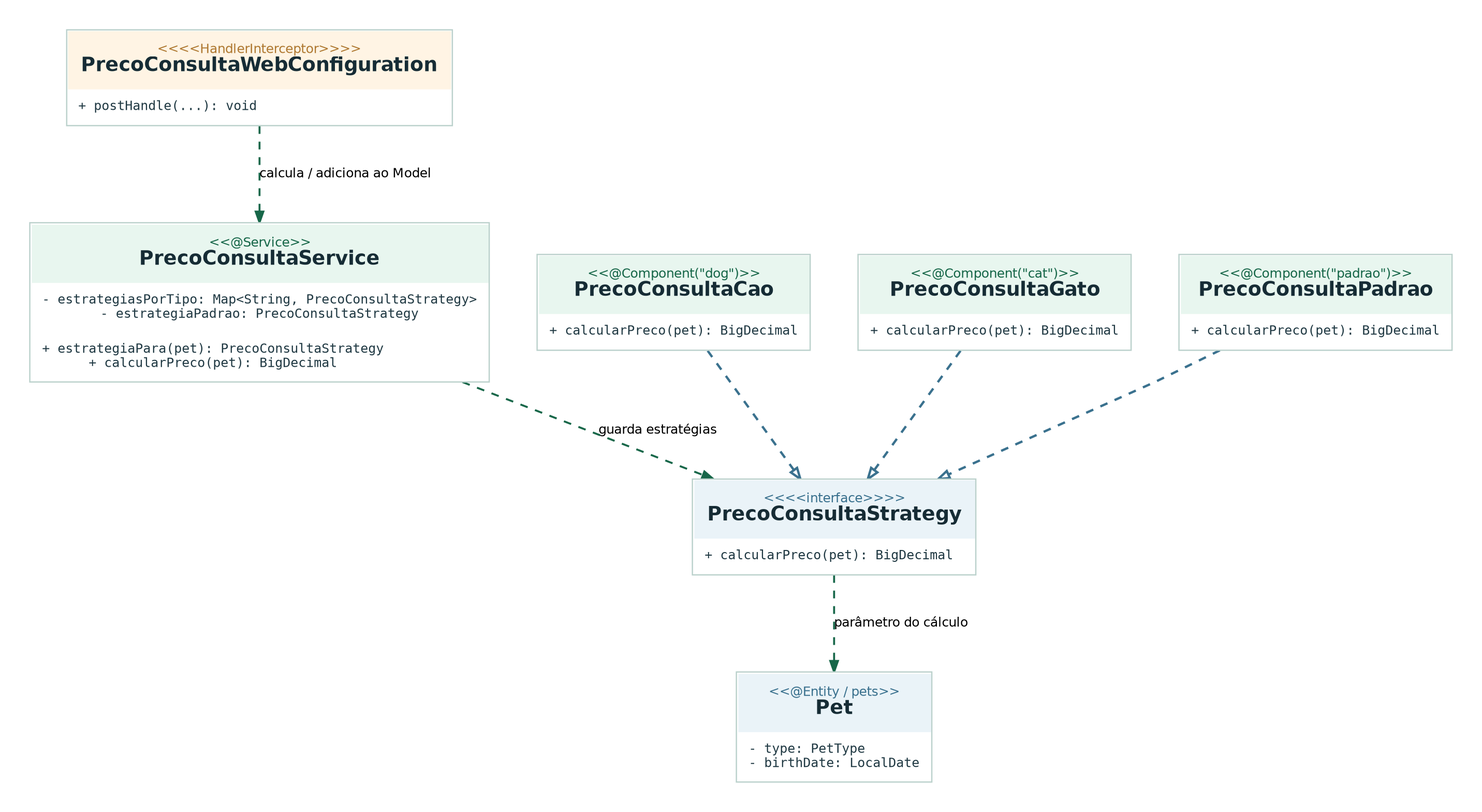
Before: docs/uml/png/05_classes_strategy.png, a diagram exported from Graphviz (GabrielKayran/spring-petclinic). Its source is kept beside it as docs/uml/dot/05_classes_strategy.dot. The source it was exported from:
```dot
digraph G {
  graph [rankdir=TB, bgcolor="transparent", pad="0.32", nodesep=.52, ranksep=.87, splines=polyline, outputorder=edgesfirst, fontname="DejaVu Sans", fontsize=12];
  node [shape=plain, fontname="DejaVu Sans"];
  edge [color="#5C7280", fontname="DejaVu Sans", fontsize=10, arrowsize=.85, penwidth=1.3];
  Iface [label=<<TABLE BORDER="1" CELLBORDER="0" CELLSPACING="0" CELLPADDING="1" COLOR="#BBD1CC" BGCOLOR="#FFFFFF"><TR><TD BGCOLOR="#EAF3F8" CELLPADDING="10" ALIGN="CENTER"><FONT FACE="DejaVu Sans" COLOR="#3A718E" POINT-SIZE="10">&lt;&lt;&lt;&lt;interface&gt;&gt;&gt;&gt;</FONT><BR/><FONT FACE="DejaVu Sans" COLOR="#162C35" POINT-SIZE="15"><B>PrecoConsultaStrategy</B></FONT></TD></TR><TR><TD ALIGN="LEFT" CELLPADDING="8"><FONT FACE="DejaVu Sans Mono" POINT-SIZE="10" COLOR="#203943">+ calcularPreco(pet): BigDecimal</FONT></TD></TR></TABLE>>];
  Service [label=<<TABLE BORDER="1" CELLBORDER="0" CELLSPACING="0" CELLPADDING="1" COLOR="#BBD1CC" BGCOLOR="#FFFFFF"><TR><TD BGCOLOR="#E8F6EF" CELLPADDING="10" ALIGN="CENTER"><FONT FACE="DejaVu Sans" COLOR="#176749" POINT-SIZE="10">&lt;&lt;@Service&gt;&gt;</FONT><BR/><FONT FACE="DejaVu Sans" COLOR="#162C35" POINT-SIZE="15"><B>PrecoConsultaService</B></FONT></TD></TR><TR><TD ALIGN="LEFT" CELLPADDING="8"><FONT FACE="DejaVu Sans Mono" POINT-SIZE="10" COLOR="#203943">- estrategiasPorTipo: Map&lt;String, PrecoConsultaStrategy&gt;<BR ALIGN="LEFT"/>- estrategiaPadrao: PrecoConsultaStrategy</FONT></TD></TR><TR><TD ALIGN="LEFT" CELLPADDING="8"><FONT FACE="DejaVu Sans Mono" POINT-SIZE="10" COLOR="#203943">+ estrategiaPara(pet): PrecoConsultaStrategy<BR ALIGN="LEFT"/>+ calcularPreco(pet): BigDecimal</FONT></TD></TR></TABLE>>];
  Dog [label=<<TABLE BORDER="1" CELLBORDER="0" CELLSPACING="0" CELLPADDING="1" COLOR="#BBD1CC" BGCOLOR="#FFFFFF"><TR><TD BGCOLOR="#E8F6EF" CELLPADDING="10" ALIGN="CENTER"><FONT FACE="DejaVu Sans" COLOR="#176749" POINT-SIZE="10">&lt;&lt;@Component(&quot;dog&quot;)&gt;&gt;</FONT><BR/><FONT FACE="DejaVu Sans" COLOR="#162C35" POINT-SIZE="15"><B>PrecoConsultaCao</B></FONT></TD></TR><TR><TD ALIGN="LEFT" CELLPADDING="8"><FONT FACE="DejaVu Sans Mono" POINT-SIZE="10" COLOR="#203943">+ calcularPreco(pet): BigDecimal</FONT></TD></TR></TABLE>>];
  Cat [label=<<TABLE BORDER="1" CELLBORDER="0" CELLSPACING="0" CELLPADDING="1" COLOR="#BBD1CC" BGCOLOR="#FFFFFF"><TR><TD BGCOLOR="#E8F6EF" CELLPADDING="10" ALIGN="CENTER"><FONT FACE="DejaVu Sans" COLOR="#176749" POINT-SIZE="10">&lt;&lt;@Component(&quot;cat&quot;)&gt;&gt;</FONT><BR/><FONT FACE="DejaVu Sans" COLOR="#162C35" POINT-SIZE="15"><B>PrecoConsultaGato</B></FONT></TD></TR><TR><TD ALIGN="LEFT" CELLPADDING="8"><FONT FACE="DejaVu Sans Mono" POINT-SIZE="10" COLOR="#203943">+ calcularPreco(pet): BigDecimal</FONT></TD></TR></TABLE>>];
  Default [label=<<TABLE BORDER="1" CELLBORDER="0" CELLSPACING="0" CELLPADDING="1" COLOR="#BBD1CC" BGCOLOR="#FFFFFF"><TR><TD BGCOLOR="#E8F6EF" CELLPADDING="10" ALIGN="CENTER"><FONT FACE="DejaVu Sans" COLOR="#176749" POINT-SIZE="10">&lt;&lt;@Component(&quot;padrao&quot;)&gt;&gt;</FONT><BR/><FONT FACE="DejaVu Sans" COLOR="#162C35" POINT-SIZE="15"><B>PrecoConsultaPadrao</B></FONT></TD></TR><TR><TD ALIGN="LEFT" CELLPADDING="8"><FONT FACE="DejaVu Sans Mono" POINT-SIZE="10" COLOR="#203943">+ calcularPreco(pet): BigDecimal</FONT></TD></TR></TABLE>>];
  WebConfig [label=<<TABLE BORDER="1" CELLBORDER="0" CELLSPACING="0" CELLPADDING="1" COLOR="#BBD1CC" BGCOLOR="#FFFFFF"><TR><TD BGCOLOR="#FFF4E4" CELLPADDING="10" ALIGN="CENTER"><FONT FACE="DejaVu Sans" COLOR="#AF7932" POINT-SIZE="10">&lt;&lt;&lt;&lt;HandlerInterceptor&gt;&gt;&gt;&gt;</FONT><BR/><FONT FACE="DejaVu Sans" COLOR="#162C35" POINT-SIZE="15"><B>PrecoConsultaWebConfiguration</B></FONT></TD></TR><TR><TD ALIGN="LEFT" CELLPADDING="8"><FONT FACE="DejaVu Sans Mono" POINT-SIZE="10" COLOR="#203943">+ postHandle(...): void</FONT></TD></TR></TABLE>>];
  Pet [label=<<TABLE BORDER="1" CELLBORDER="0" CELLSPACING="0" CELLPADDING="1" COLOR="#BBD1CC" BGCOLOR="#FFFFFF"><TR><TD BGCOLOR="#EAF3F8" CELLPADDING="10" ALIGN="CENTER"><FONT FACE="DejaVu Sans" COLOR="#3A718E" POINT-SIZE="10">&lt;&lt;@Entity / pets&gt;&gt;</FONT><BR/><FONT FACE="DejaVu Sans" COLOR="#162C35" POINT-SIZE="15"><B>Pet</B></FONT></TD></TR><TR><TD ALIGN="LEFT" CELLPADDING="8"><FONT FACE="DejaVu Sans Mono" POINT-SIZE="10" COLOR="#203943">- type: PetType<BR ALIGN="LEFT"/>- birthDate: LocalDate</FONT></TD></TR></TABLE>>];
 {rank=same;Dog;Cat;Default;}
  Dog -> Iface [arrowhead=empty, style=dashed, penwidth=1.8,color="#3A718E"];
  Cat -> Iface [arrowhead=empty, style=dashed, penwidth=1.8,color="#3A718E"];
  Default -> Iface [arrowhead=empty, style=dashed, penwidth=1.8,color="#3A718E"];
  Service -> Iface [color="#176749",label="guarda estratégias",style=dashed, penwidth=1.5];
  WebConfig -> Service [color="#176749",label="calcula / adiciona ao Model",style=dashed, penwidth=1.5];
  Iface -> Pet [color="#176749",label="parâmetro do cálculo",style=dashed, penwidth=1.5];
}
```
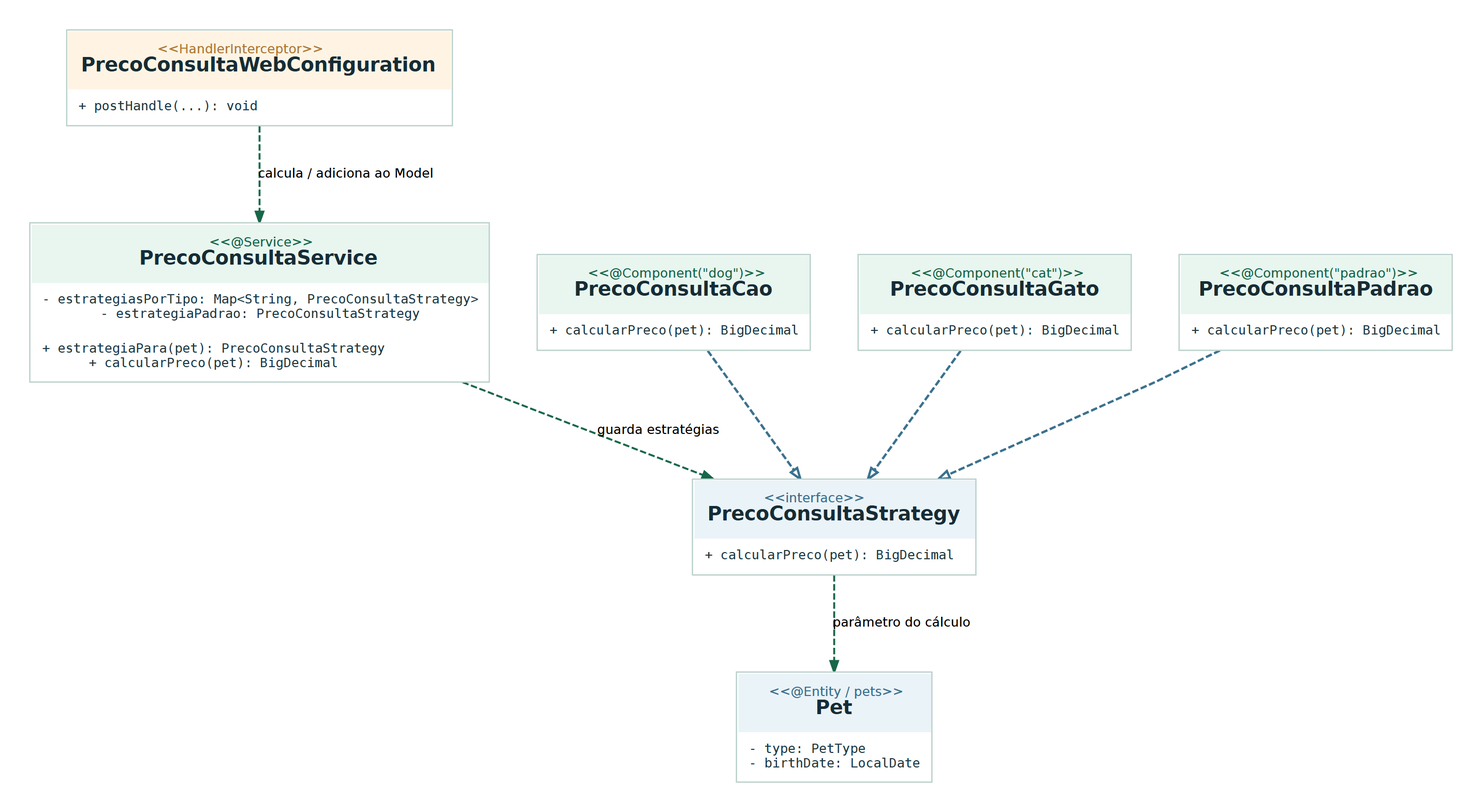
After the change.

Change to the diagram source:
```diff
@@ -2,12 +2,12 @@
   graph [rankdir=TB, bgcolor="transparent", pad="0.32", nodesep=.52, ranksep=.87, splines=polyline, outputorder=edgesfirst, fontname="DejaVu Sans", fontsize=12];
   node [shape=plain, fontname="DejaVu Sans"];
   edge [color="#5C7280", fontname="DejaVu Sans", fontsize=10, arrowsize=.85, penwidth=1.3];
-  Iface [label=<<TABLE BORDER="1" CELLBORDER="0" CELLSPACING="0" CELLPADDING="1" COLOR="#BBD1CC" BGCOLOR="#FFFFFF"><TR><TD BGCOLOR="#EAF3F8" CELLPADDING="10" ALIGN="CENTER"><FONT FACE="DejaVu Sans" COLOR="#3A718E" POINT-SIZE="10">&lt;&lt;&lt;&lt;interface&gt;&gt;&gt;&gt;</FONT><BR/><FONT FACE="DejaVu Sans" COLOR="#162C35" POINT-SIZE="15"><B>PrecoConsultaStrategy</B></FONT></TD></TR><TR><TD ALIGN="LEFT" CELLPADDING="8"><FONT FACE="DejaVu Sans Mono" POINT-SIZE="10" COLOR="#203943">+ calcularPreco(pet): BigDecimal</FONT></TD></TR></TABLE>>];
+  Iface [label=<<TABLE BORDER="1" CELLBORDER="0" CELLSPACING="0" CELLPADDING="1" COLOR="#BBD1CC" BGCOLOR="#FFFFFF"><TR><TD BGCOLOR="#EAF3F8" CELLPADDING="10" ALIGN="CENTER"><FONT FACE="DejaVu Sans" COLOR="#3A718E" POINT-SIZE="10">&lt;&lt;interface&gt;&gt;</FONT><BR/><FONT FACE="DejaVu Sans" COLOR="#162C35" POINT-SIZE="15"><B>PrecoConsultaStrategy</B></FONT></TD></TR><TR><TD ALIGN="LEFT" CELLPADDING="8"><FONT FACE="DejaVu Sans Mono" POINT-SIZE="10" COLOR="#203943">+ calcularPreco(pet): BigDecimal</FONT></TD></TR></TABLE>>];
   Service [label=<<TABLE BORDER="1" CELLBORDER="0" CELLSPACING="0" CELLPADDING="1" COLOR="#BBD1CC" BGCOLOR="#FFFFFF"><TR><TD BGCOLOR="#E8F6EF" CELLPADDING="10" ALIGN="CENTER"><FONT FACE="DejaVu Sans" COLOR="#176749" POINT-SIZE="10">&lt;&lt;@Service&gt;&gt;</FONT><BR/><FONT FACE="DejaVu Sans" COLOR="#162C35" POINT-SIZE="15"><B>PrecoConsultaService</B></FONT></TD></TR><TR><TD ALIGN="LEFT" CELLPADDING="8"><FONT FACE="DejaVu Sans Mono" POINT-SIZE="10" COLOR="#203943">- estrategiasPorTipo: Map&lt;String, PrecoConsultaStrategy&gt;<BR ALIGN="LEFT"/>- estrategiaPadrao: PrecoConsultaStrategy</FONT></TD></TR><TR><TD ALIGN="LEFT" CELLPADDING="8"><FONT FACE="DejaVu Sans Mono" POINT-SIZE="10" COLOR="#203943">+ estrategiaPara(pet): PrecoConsultaStrategy<BR ALIGN="LEFT"/>+ calcularPreco(pet): BigDecimal</FONT></TD></TR></TABLE>>];
   Dog [label=<<TABLE BORDER="1" CELLBORDER="0" CELLSPACING="0" CELLPADDING="1" COLOR="#BBD1CC" BGCOLOR="#FFFFFF"><TR><TD BGCOLOR="#E8F6EF" CELLPADDING="10" ALIGN="CENTER"><FONT FACE="DejaVu Sans" COLOR="#176749" POINT-SIZE="10">&lt;&lt;@Component(&quot;dog&quot;)&gt;&gt;</FONT><BR/><FONT FACE="DejaVu Sans" COLOR="#162C35" POINT-SIZE="15"><B>PrecoConsultaCao</B></FONT></TD></TR><TR><TD ALIGN="LEFT" CELLPADDING="8"><FONT FACE="DejaVu Sans Mono" POINT-SIZE="10" COLOR="#203943">+ calcularPreco(pet): BigDecimal</FONT></TD></TR></TABLE>>];
   Cat [label=<<TABLE BORDER="1" CELLBORDER="0" CELLSPACING="0" CELLPADDING="1" COLOR="#BBD1CC" BGCOLOR="#FFFFFF"><TR><TD BGCOLOR="#E8F6EF" CELLPADDING="10" ALIGN="CENTER"><FONT FACE="DejaVu Sans" COLOR="#176749" POINT-SIZE="10">&lt;&lt;@Component(&quot;cat&quot;)&gt;&gt;</FONT><BR/><FONT FACE="DejaVu Sans" COLOR="#162C35" POINT-SIZE="15"><B>PrecoConsultaGato</B></FONT></TD></TR><TR><TD ALIGN="LEFT" CELLPADDING="8"><FONT FACE="DejaVu Sans Mono" POINT-SIZE="10" COLOR="#203943">+ calcularPreco(pet): BigDecimal</FONT></TD></TR></TABLE>>];
   Default [label=<<TABLE BORDER="1" CELLBORDER="0" CELLSPACING="0" CELLPADDING="1" COLOR="#BBD1CC" BGCOLOR="#FFFFFF"><TR><TD BGCOLOR="#E8F6EF" CELLPADDING="10" ALIGN="CENTER"><FONT FACE="DejaVu Sans" COLOR="#176749" POINT-SIZE="10">&lt;&lt;@Component(&quot;padrao&quot;)&gt;&gt;</FONT><BR/><FONT FACE="DejaVu Sans" COLOR="#162C35" POINT-SIZE="15"><B>PrecoConsultaPadrao</B></FONT></TD></TR><TR><TD ALIGN="LEFT" CELLPADDING="8"><FONT FACE="DejaVu Sans Mono" POINT-SIZE="10" COLOR="#203943">+ calcularPreco(pet): BigDecimal</FONT></TD></TR></TABLE>>];
-  WebConfig [label=<<TABLE BORDER="1" CELLBORDER="0" CELLSPACING="0" CELLPADDING="1" COLOR="#BBD1CC" BGCOLOR="#FFFFFF"><TR><TD BGCOLOR="#FFF4E4" CELLPADDING="10" ALIGN="CENTER"><FONT FACE="DejaVu Sans" COLOR="#AF7932" POINT-SIZE="10">&lt;&lt;&lt;&lt;HandlerInterceptor&gt;&gt;&gt;&gt;</FONT><BR/><FONT FACE="DejaVu Sans" COLOR="#162C35" POINT-SIZE="15"><B>PrecoConsultaWebConfiguration</B></FONT></TD></TR><TR><TD ALIGN="LEFT" CELLPADDING="8"><FONT FACE="DejaVu Sans Mono" POINT-SIZE="10" COLOR="#203943">+ postHandle(...): void</FONT></TD></TR></TABLE>>];
+  WebConfig [label=<<TABLE BORDER="1" CELLBORDER="0" CELLSPACING="0" CELLPADDING="1" COLOR="#BBD1CC" BGCOLOR="#FFFFFF"><TR><TD BGCOLOR="#FFF4E4" CELLPADDING="10" ALIGN="CENTER"><FONT FACE="DejaVu Sans" COLOR="#AF7932" POINT-SIZE="10">&lt;&lt;HandlerInterceptor&gt;&gt;</FONT><BR/><FONT FACE="DejaVu Sans" COLOR="#162C35" POINT-SIZE="15"><B>PrecoConsultaWebConfiguration</B></FONT></TD></TR><TR><TD ALIGN="LEFT" CELLPADDING="8"><FONT FACE="DejaVu Sans Mono" POINT-SIZE="10" COLOR="#203943">+ postHandle(...): void</FONT></TD></TR></TABLE>>];
   Pet [label=<<TABLE BORDER="1" CELLBORDER="0" CELLSPACING="0" CELLPADDING="1" COLOR="#BBD1CC" BGCOLOR="#FFFFFF"><TR><TD BGCOLOR="#EAF3F8" CELLPADDING="10" ALIGN="CENTER"><FONT FACE="DejaVu Sans" COLOR="#3A718E" POINT-SIZE="10">&lt;&lt;@Entity / pets&gt;&gt;</FONT><BR/><FONT FACE="DejaVu Sans" COLOR="#162C35" POINT-SIZE="15"><B>Pet</B></FONT></TD></TR><TR><TD ALIGN="LEFT" CELLPADDING="8"><FONT FACE="DejaVu Sans Mono" POINT-SIZE="10" COLOR="#203943">- type: PetType<BR ALIGN="LEFT"/>- birthDate: LocalDate</FONT></TD></TR></TABLE>>];
  {rank=same;Dog;Cat;Default;}
   Dog -> Iface [arrowhead=empty, style=dashed, penwidth=1.8,color="#3A718E"];
```
